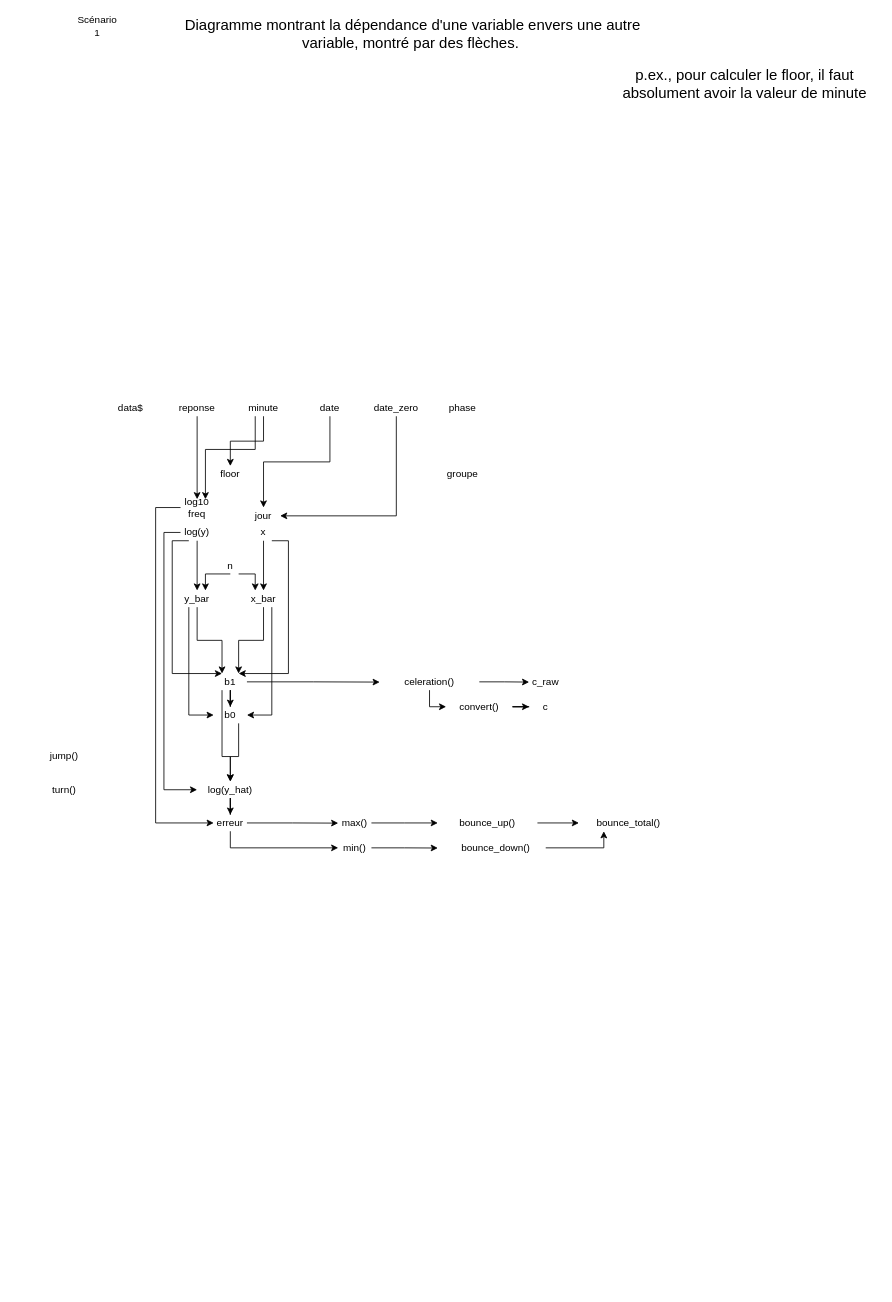
Above: page "Page-1" (1 of 2) of package_en_developpement/structure_des_fonctions.drawio in agkamel/ptchart (draw.io), before the change. Source tidied: cells renumbered, new cells numbered last; positions are measured from the earlier drawing's top-left corner, leaving out a move shared by most shapes. Both pictures are drawn from the tidied source at 83%, with x=0, y=0 at pixel (14, 17).
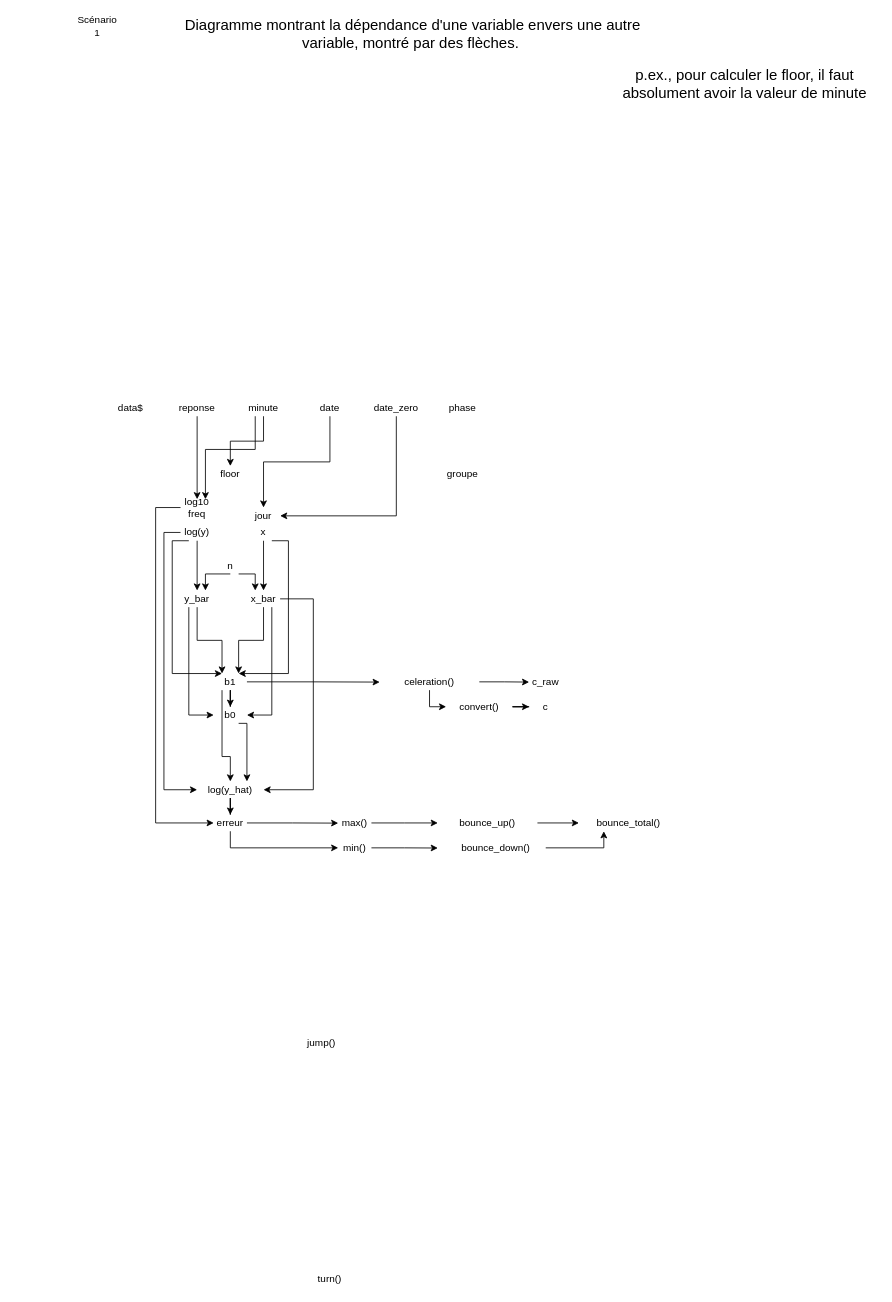
After the change.

Unchanged cells that the change refers to:
```xml
<mxCell id="33" value="x_bar" style="text;html=1;strokeColor=none;fillColor=none;align=center;verticalAlign=middle;whiteSpace=wrap;rounded=0;" parent="1" vertex="1">
  <mxGeometry x="280" y="690" width="40" height="20" as="geometry" />
</mxCell>
<mxCell id="42" value="b0" style="text;html=1;strokeColor=none;fillColor=none;align=center;verticalAlign=middle;whiteSpace=wrap;rounded=0;" parent="1" vertex="1">
  <mxGeometry x="240" y="830" width="40" height="20" as="geometry" />
</mxCell>
<mxCell id="47" value="log(y_hat)" style="text;html=1;strokeColor=none;fillColor=none;align=center;verticalAlign=middle;whiteSpace=wrap;rounded=0;" parent="1" vertex="1">
  <mxGeometry x="220" y="920" width="80" height="20" as="geometry" />
</mxCell>
```

Diff of the diagram source:
```diff
@@
     <mxCell id="22" value="jump()" style="text;html=1;strokeColor=none;fillColor=none;align=center;verticalAlign=middle;whiteSpace=wrap;rounded=0;" parent="1" vertex="1">
-      <mxGeometry y="880" width="120" height="20" as="geometry" />
+      <mxGeometry x="310" y="1225" width="120" height="20" as="geometry" />
     </mxCell>
     <mxCell id="23" value="turn()" style="text;html=1;strokeColor=none;fillColor=none;align=center;verticalAlign=middle;whiteSpace=wrap;rounded=0;" parent="1" vertex="1">
-      <mxGeometry y="920" width="120" height="20" as="geometry" />
+      <mxGeometry x="320" y="1510" width="120" height="20" as="geometry" />
     </mxCell>
@@
+    <mxCell id="66" style="edgeStyle=orthogonalEdgeStyle;rounded=0;jettySize=auto;html=1;entryX=1;entryY=0.5;entryDx=0;entryDy=0;" parent="1" edge="1" source="33" target="47">
+      <mxGeometry relative="1" as="geometry">
+        <Array as="points">
+          <mxPoint x="360" y="700" />
+          <mxPoint x="360" y="930" />
+        </Array>
+      </mxGeometry>
+    </mxCell>
@@
-    <mxCell id="41" style="edgeStyle=orthogonalEdgeStyle;rounded=0;jettySize=auto;html=1;exitX=0.75;exitY=1;exitDx=0;exitDy=0;" parent="1" edge="1" source="42" target="47">
+    <mxCell id="41" style="edgeStyle=orthogonalEdgeStyle;rounded=0;jettySize=auto;html=1;exitX=0.75;exitY=1;exitDx=0;exitDy=0;entryX=0.75;entryY=0;entryDx=0;entryDy=0;" parent="1" edge="1" source="42" target="47">
       <mxGeometry relative="1" as="geometry">
         <Array as="points">
-          <mxPoint x="270" y="890" />
-          <mxPoint x="260" y="890" />
+          <mxPoint x="280" y="850" />
         </Array>
       </mxGeometry>
     </mxCell>
```
